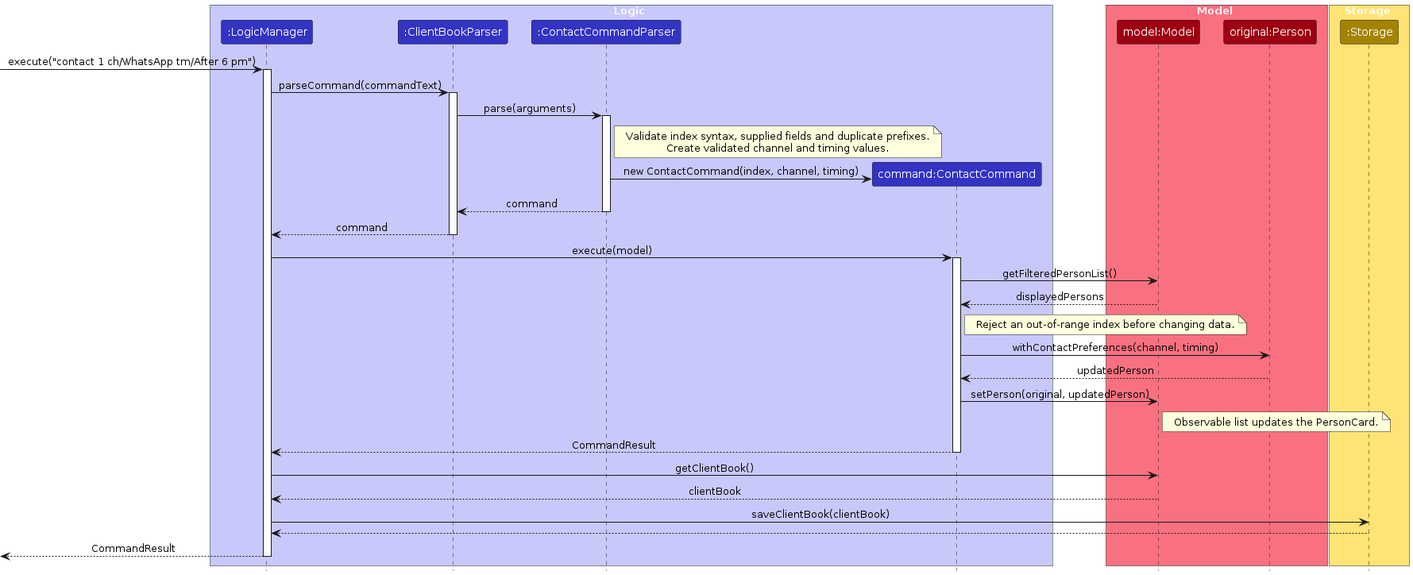
The PlantUML diagram diagrams/ContactSequenceDiagram.png in AY2627S1-CS2103T-F14a-4/tp, before a commit. Its source is kept beside it as diagrams/ContactSequenceDiagram.puml.
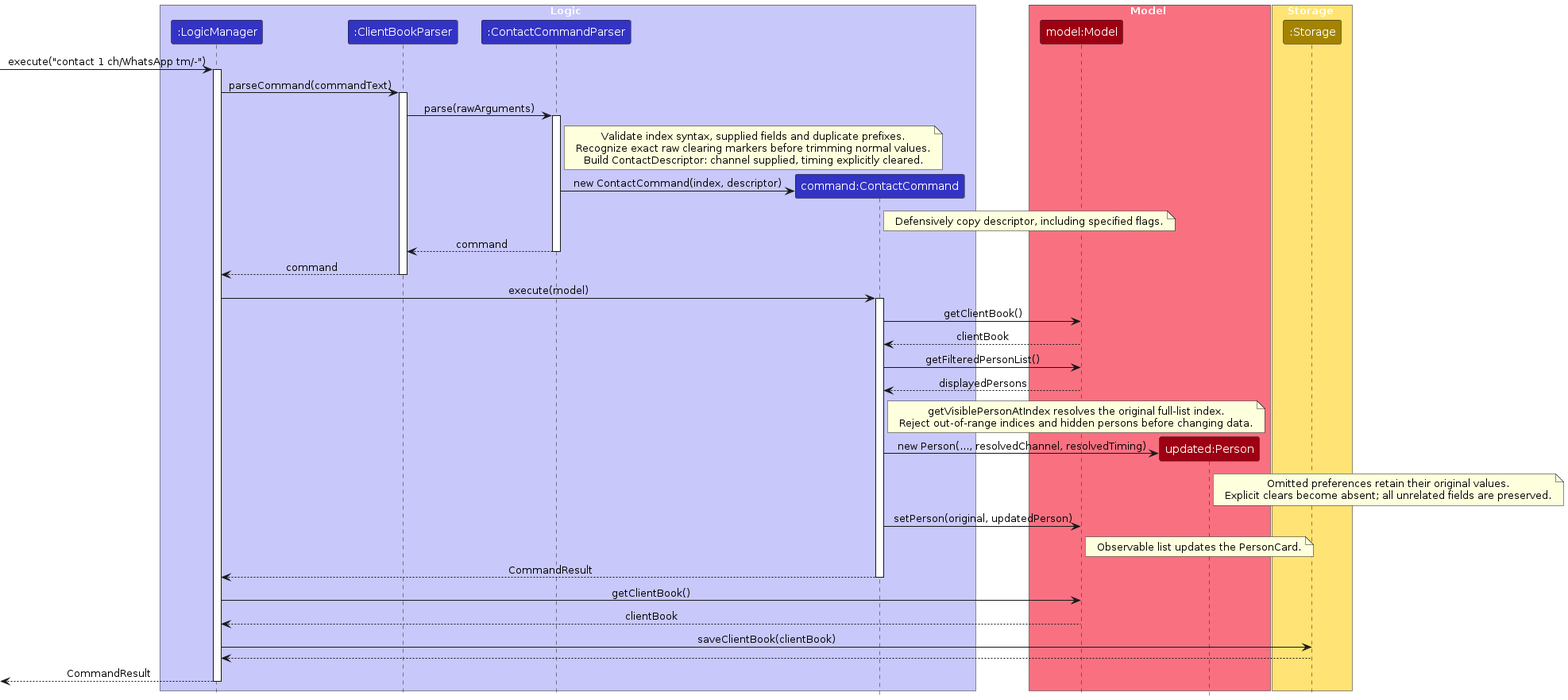
The same diagram one commit later.

The edit, as a diff of the source:
```diff
@@ -11,36 +11,47 @@
 
 box Model MODEL_COLOR_T1
 participant "model:Model" as Model MODEL_COLOR
-participant "original:Person" as Person MODEL_COLOR
+participant "updated:Person" as Person MODEL_COLOR
 end box
 
 box Storage STORAGE_COLOR_T1
 participant ":Storage" as Storage STORAGE_COLOR
 end box
 
-[-> Logic : execute("contact 1 ch/WhatsApp tm/After 6 pm")
+[-> Logic : execute("contact 1 ch/WhatsApp tm/-")
 activate Logic
 Logic -> Parser : parseCommand(commandText)
 activate Parser
-Parser -> ContactParser : parse(arguments)
+Parser -> ContactParser : parse(rawArguments)
 activate ContactParser
 note right of ContactParser
 Validate index syntax, supplied fields and duplicate prefixes.
-Create validated channel and timing values.
+Recognize exact raw clearing markers before trimming normal values.
+Build ContactDescriptor: channel supplied, timing explicitly cleared.
 end note
 create Command
-ContactParser -> Command : new ContactCommand(index, channel, timing)
+ContactParser -> Command : new ContactCommand(index, descriptor)
+note right of Command : Defensively copy descriptor, including specified flags.
 ContactParser --> Parser : command
 deactivate ContactParser
 Parser --> Logic : command
 deactivate Parser
 Logic -> Command : execute(model)
 activate Command
+Command -> Model : getClientBook()
+Model --> Command : clientBook
 Command -> Model : getFilteredPersonList()
 Model --> Command : displayedPersons
-note right of Command : Reject an out-of-range index before changing data.
-Command -> Person : withContactPreferences(channel, timing)
-Person --> Command : updatedPerson
+note right of Command
+getVisiblePersonAtIndex resolves the original full-list index.
+Reject out-of-range indices and hidden persons before changing data.
+end note
+create Person
+Command -> Person : new Person(..., resolvedChannel, resolvedTiming)
+note right of Person
+Omitted preferences retain their original values.
+Explicit clears become absent; all unrelated fields are preserved.
+end note
 Command -> Model : setPerson(original, updatedPerson)
 note right of Model : Observable list updates the PersonCard.
 Command --> Logic : CommandResult
```
